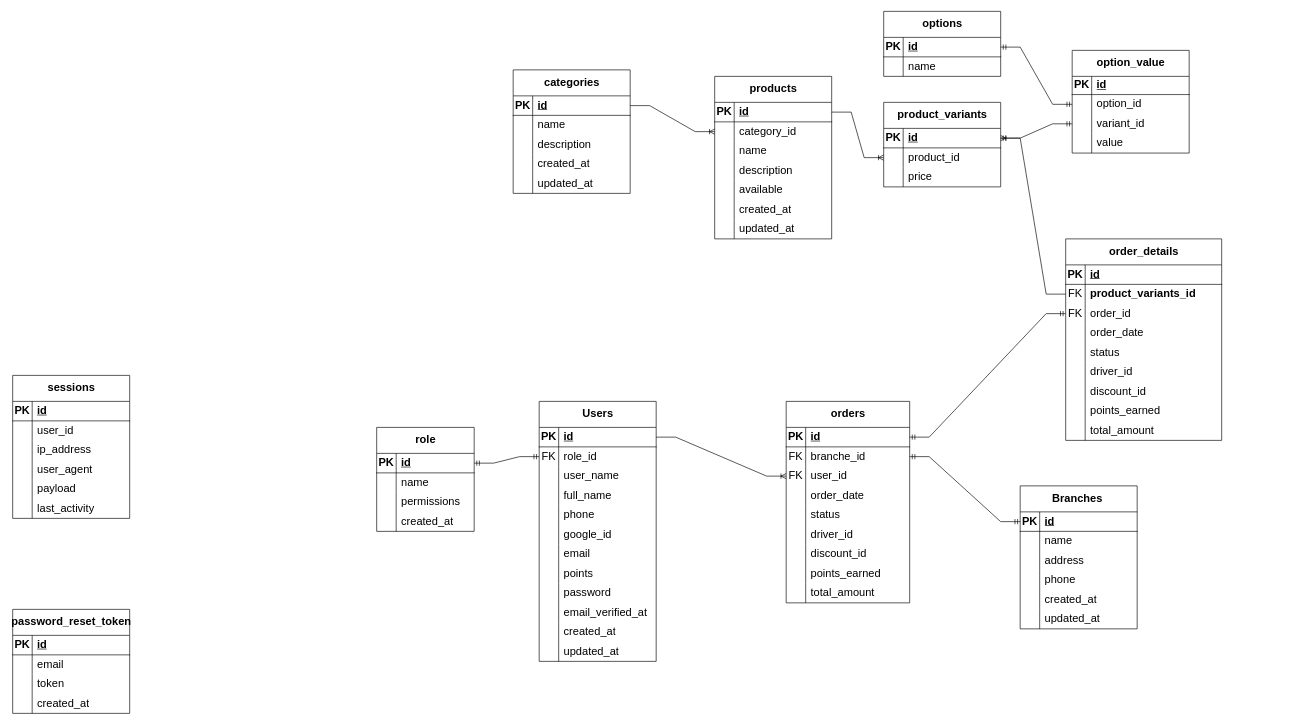
Before: database.drawio in ntuananhdevs/DATN-DevFoods, a draw.io diagram. Source tidied: cells renumbered, new cells numbered last; positions are measured from the earlier drawing's top-left corner, leaving out a move shared by most shapes. Both pictures are drawn from the tidied source at 65%, with x=0, y=0 at pixel (12, 11).
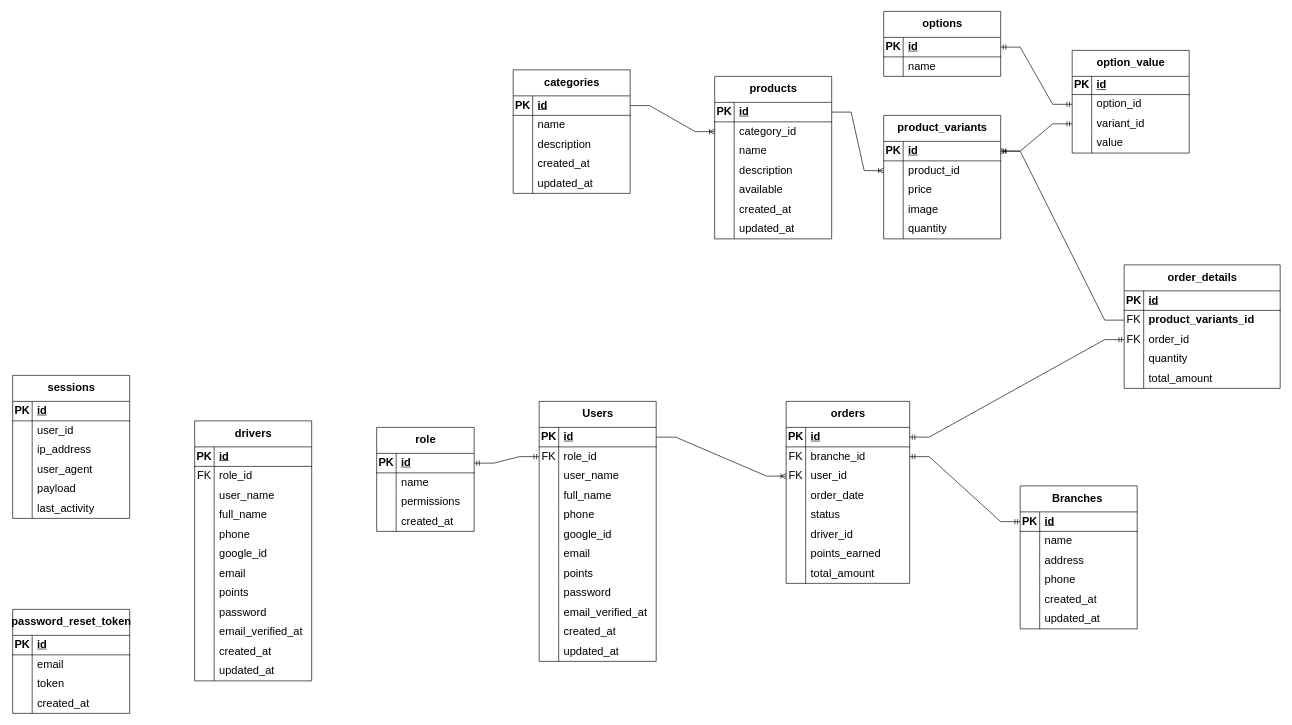
The same page after the edit.

Commit message:
Cập nhật database.drawio

Unchanged cells that the change refers to:
```xml
<mxCell id="130" style="shape=tableRow;horizontal=0;startSize=0;swimlaneHead=0;swimlaneBody=0;fillColor=none;top=0;left=0;right=0;bottom=0;fontSize=17;" parent="120" vertex="1">
  <mxGeometry y="130" width="240" height="30" as="geometry" />
</mxCell>
```

Diff of the diagram source:
```diff
@@
     <mxCell id="90" value="orders" style="shape=table;startSize=40;childLayout=tableLayout;rowLines=0;fontStyle=1;align=center;html=1;fontSize=17;" parent="1" vertex="1">
-      <mxGeometry x="1190" y="600" width="190" height="310" as="geometry" />
+      <mxGeometry x="1190" y="600" width="190" height="280" as="geometry" />
     </mxCell>
@@
-    <mxCell id="109" style="shape=tableRow;horizontal=0;startSize=0;swimlaneHead=0;swimlaneBody=0;fillColor=none;top=0;left=0;right=0;bottom=0;fontSize=17;" parent="90" vertex="1">
-      <mxGeometry y="220" width="190" height="30" as="geometry" />
-    </mxCell>
-    <mxCell id="110" style="shape=partialRectangle;fillColor=none;top=0;left=0;bottom=0;right=0;overflow=hidden;whiteSpace=wrap;html=1;fontSize=17;" parent="109" vertex="1">
-      <mxGeometry width="30" height="30" as="geometry" />
-    </mxCell>
-    <mxCell id="111" value="&lt;div&gt;discount_id&amp;nbsp;&lt;/div&gt;" style="shape=partialRectangle;fillColor=none;top=0;left=0;bottom=0;right=0;align=left;spacingLeft=6;overflow=hidden;whiteSpace=wrap;html=1;fontSize=17;" parent="109" vertex="1">
-      <mxGeometry x="30" width="160" height="30" as="geometry" />
-    </mxCell>
     <mxCell id="112" style="shape=tableRow;horizontal=0;startSize=0;swimlaneHead=0;swimlaneBody=0;fillColor=none;top=0;left=0;right=0;bottom=0;fontSize=17;" parent="90" vertex="1">
-      <mxGeometry y="250" width="190" height="30" as="geometry" />
+      <mxGeometry y="220" width="190" height="30" as="geometry" />
     </mxCell>
@@
     <mxCell id="115" style="shape=tableRow;horizontal=0;startSize=0;swimlaneHead=0;swimlaneBody=0;fillColor=none;top=0;left=0;right=0;bottom=0;fontSize=17;" parent="90" vertex="1">
-      <mxGeometry y="280" width="190" height="30" as="geometry" />
+      <mxGeometry y="250" width="190" height="30" as="geometry" />
     </mxCell>
@@
     <mxCell id="120" value="order_details" style="shape=table;startSize=40;childLayout=tableLayout;rowLines=0;fontStyle=1;align=center;html=1;fontSize=17;" parent="1" vertex="1">
-      <mxGeometry x="1620" y="350" width="240" height="310" as="geometry" />
+      <mxGeometry x="1710" y="390" width="240" height="190" as="geometry" />
     </mxCell>
@@
-    <mxCell id="131" style="shape=partialRectangle;fillColor=none;top=0;left=0;bottom=0;right=0;overflow=hidden;whiteSpace=wrap;html=1;fontSize=17;" parent="130" vertex="1">
-      <mxGeometry width="30" height="30" as="geometry" />
-    </mxCell>
-    <mxCell id="132" value="order_date" style="shape=partialRectangle;fillColor=none;top=0;left=0;bottom=0;right=0;align=left;spacingLeft=6;overflow=hidden;whiteSpace=wrap;html=1;fontSize=17;" parent="130" vertex="1">
-      <mxGeometry x="30" width="210" height="30" as="geometry" />
-    </mxCell>
-    <mxCell id="133" style="shape=tableRow;horizontal=0;startSize=0;swimlaneHead=0;swimlaneBody=0;fillColor=none;top=0;left=0;right=0;bottom=0;fontSize=17;" parent="120" vertex="1">
-      <mxGeometry y="160" width="240" height="30" as="geometry" />
-    </mxCell>
-    <mxCell id="134" style="shape=partialRectangle;fillColor=none;top=0;left=0;bottom=0;right=0;overflow=hidden;whiteSpace=wrap;html=1;fontSize=17;" parent="133" vertex="1">
-      <mxGeometry width="30" height="30" as="geometry" />
-    </mxCell>
-    <mxCell id="135" value="status" style="shape=partialRectangle;fillColor=none;top=0;left=0;bottom=0;right=0;align=left;spacingLeft=6;overflow=hidden;whiteSpace=wrap;html=1;fontSize=17;" parent="133" vertex="1">
-      <mxGeometry x="30" width="210" height="30" as="geometry" />
-    </mxCell>
-    <mxCell id="136" style="shape=tableRow;horizontal=0;startSize=0;swimlaneHead=0;swimlaneBody=0;fillColor=none;top=0;left=0;right=0;bottom=0;fontSize=17;" parent="120" vertex="1">
-      <mxGeometry y="190" width="240" height="30" as="geometry" />
-    </mxCell>
-    <mxCell id="137" style="shape=partialRectangle;fillColor=none;top=0;left=0;bottom=0;right=0;overflow=hidden;whiteSpace=wrap;html=1;fontSize=17;" parent="136" vertex="1">
-      <mxGeometry width="30" height="30" as="geometry" />
-    </mxCell>
-    <mxCell id="138" value="&lt;div&gt;driver_id&amp;nbsp;&lt;/div&gt;" style="shape=partialRectangle;fillColor=none;top=0;left=0;bottom=0;right=0;align=left;spacingLeft=6;overflow=hidden;whiteSpace=wrap;html=1;fontSize=17;" parent="136" vertex="1">
-      <mxGeometry x="30" width="210" height="30" as="geometry" />
-    </mxCell>
-    <mxCell id="139" style="shape=tableRow;horizontal=0;startSize=0;swimlaneHead=0;swimlaneBody=0;fillColor=none;top=0;left=0;right=0;bottom=0;fontSize=17;" parent="120" vertex="1">
-      <mxGeometry y="220" width="240" height="30" as="geometry" />
-    </mxCell>
-    <mxCell id="140" style="shape=partialRectangle;fillColor=none;top=0;left=0;bottom=0;right=0;overflow=hidden;whiteSpace=wrap;html=1;fontSize=17;" parent="139" vertex="1">
-      <mxGeometry width="30" height="30" as="geometry" />
-    </mxCell>
-    <mxCell id="141" value="&lt;div&gt;discount_id&amp;nbsp;&lt;/div&gt;" style="shape=partialRectangle;fillColor=none;top=0;left=0;bottom=0;right=0;align=left;spacingLeft=6;overflow=hidden;whiteSpace=wrap;html=1;fontSize=17;" parent="139" vertex="1">
-      <mxGeometry x="30" width="210" height="30" as="geometry" />
-    </mxCell>
-    <mxCell id="142" style="shape=tableRow;horizontal=0;startSize=0;swimlaneHead=0;swimlaneBody=0;fillColor=none;top=0;left=0;right=0;bottom=0;fontSize=17;" parent="120" vertex="1">
-      <mxGeometry y="250" width="240" height="30" as="geometry" />
-    </mxCell>
-    <mxCell id="143" style="shape=partialRectangle;fillColor=none;top=0;left=0;bottom=0;right=0;overflow=hidden;whiteSpace=wrap;html=1;fontSize=17;" parent="142" vertex="1">
-      <mxGeometry width="30" height="30" as="geometry" />
-    </mxCell>
-    <mxCell id="144" value="&lt;div&gt;points_earned&amp;nbsp;&lt;/div&gt;" style="shape=partialRectangle;fillColor=none;top=0;left=0;bottom=0;right=0;align=left;spacingLeft=6;overflow=hidden;whiteSpace=wrap;html=1;fontSize=17;" parent="142" vertex="1">
-      <mxGeometry x="30" width="210" height="30" as="geometry" />
-    </mxCell>
+    <mxCell id="236" style="shape=partialRectangle;fillColor=none;top=0;left=0;bottom=0;right=0;overflow=hidden;whiteSpace=wrap;html=1;fontSize=17;" parent="130" vertex="1">
+      <mxGeometry width="30" height="30" as="geometry" />
+    </mxCell>
+    <mxCell id="237" value="quantity&amp;nbsp;" style="shape=partialRectangle;fillColor=none;top=0;left=0;bottom=0;right=0;align=left;spacingLeft=6;overflow=hidden;whiteSpace=wrap;html=1;fontSize=17;" parent="130" vertex="1">
+      <mxGeometry x="30" width="210" height="30" as="geometry" />
+    </mxCell>
     <mxCell id="145" style="shape=tableRow;horizontal=0;startSize=0;swimlaneHead=0;swimlaneBody=0;fillColor=none;top=0;left=0;right=0;bottom=0;fontSize=17;" parent="120" vertex="1">
-      <mxGeometry y="280" width="240" height="30" as="geometry" />
+      <mxGeometry y="160" width="240" height="30" as="geometry" />
     </mxCell>
@@
     <mxCell id="222" value="product_variants" style="shape=table;startSize=40;childLayout=tableLayout;rowLines=0;fontStyle=1;align=center;html=1;fontSize=17;" parent="1" vertex="1">
-      <mxGeometry x="1340" y="140" width="180" height="130" as="geometry" />
+      <mxGeometry x="1340" y="160" width="180" height="190" as="geometry" />
     </mxCell>
@@
+    <mxCell id="238" style="shape=tableRow;horizontal=0;startSize=0;swimlaneHead=0;swimlaneBody=0;fillColor=none;top=0;left=0;right=0;bottom=0;labelBackgroundColor=none;fontColor=#000000;fontSize=17;" parent="222" vertex="1">
+      <mxGeometry y="130" width="180" height="30" as="geometry" />
+    </mxCell>
+    <mxCell id="239" style="shape=partialRectangle;fillColor=none;top=0;left=0;bottom=0;right=0;overflow=hidden;whiteSpace=wrap;html=1;labelBackgroundColor=none;fontColor=#000000;fontSize=17;" parent="238" vertex="1">
+      <mxGeometry width="30" height="30" as="geometry" />
+    </mxCell>
+    <mxCell id="240" value="image" style="shape=partialRectangle;fillColor=none;top=0;left=0;bottom=0;right=0;align=left;spacingLeft=6;overflow=hidden;whiteSpace=wrap;html=1;labelBackgroundColor=none;fontColor=#000000;fontSize=17;" parent="238" vertex="1">
+      <mxGeometry x="30" width="150" height="30" as="geometry" />
+    </mxCell>
+    <mxCell id="241" style="shape=tableRow;horizontal=0;startSize=0;swimlaneHead=0;swimlaneBody=0;fillColor=none;top=0;left=0;right=0;bottom=0;labelBackgroundColor=none;fontColor=#000000;fontSize=17;" parent="222" vertex="1">
+      <mxGeometry y="160" width="180" height="30" as="geometry" />
+    </mxCell>
+    <mxCell id="242" style="shape=partialRectangle;fillColor=none;top=0;left=0;bottom=0;right=0;overflow=hidden;whiteSpace=wrap;html=1;labelBackgroundColor=none;fontColor=#000000;fontSize=17;" parent="241" vertex="1">
+      <mxGeometry width="30" height="30" as="geometry" />
+    </mxCell>
+    <mxCell id="243" value="quantity&amp;nbsp;" style="shape=partialRectangle;fillColor=none;top=0;left=0;bottom=0;right=0;align=left;spacingLeft=6;overflow=hidden;whiteSpace=wrap;html=1;labelBackgroundColor=none;fontColor=#000000;fontSize=17;" parent="241" vertex="1">
+      <mxGeometry x="30" width="150" height="30" as="geometry" />
+    </mxCell>
@@
+    <mxCell id="244" value="drivers" style="shape=table;startSize=40;childLayout=tableLayout;rowLines=0;fontStyle=1;align=center;html=1;fontSize=17;" parent="1" vertex="1">
+      <mxGeometry x="280" y="630" width="180" height="400" as="geometry" />
+    </mxCell>
+    <mxCell id="245" style="shape=tableRow;horizontal=0;startSize=0;swimlaneHead=0;swimlaneBody=0;fillColor=none;top=0;left=0;right=0;bottom=1;fontSize=17;" parent="244" vertex="1">
+      <mxGeometry y="40" width="180" height="30" as="geometry" />
+    </mxCell>
+    <mxCell id="246" value="PK" style="shape=partialRectangle;fillColor=none;top=0;left=0;bottom=0;right=0;fontStyle=1;overflow=hidden;whiteSpace=wrap;html=1;fontSize=17;" parent="245" vertex="1">
+      <mxGeometry width="30" height="30" as="geometry" />
+    </mxCell>
+    <mxCell id="247" value="id" style="shape=partialRectangle;fillColor=none;top=0;left=0;bottom=0;right=0;align=left;spacingLeft=6;fontStyle=5;overflow=hidden;whiteSpace=wrap;html=1;fontSize=17;" parent="245" vertex="1">
+      <mxGeometry x="30" width="150" height="30" as="geometry" />
+    </mxCell>
+    <mxCell id="248" style="shape=tableRow;horizontal=0;startSize=0;swimlaneHead=0;swimlaneBody=0;fillColor=none;top=0;left=0;right=0;bottom=0;fontSize=17;" parent="244" vertex="1">
+      <mxGeometry y="70" width="180" height="30" as="geometry" />
+    </mxCell>
+    <mxCell id="249" value="FK" style="shape=partialRectangle;fillColor=none;top=0;left=0;bottom=0;right=0;overflow=hidden;whiteSpace=wrap;html=1;fontSize=17;" parent="248" vertex="1">
+      <mxGeometry width="30" height="30" as="geometry" />
+    </mxCell>
+    <mxCell id="250" value="role_id" style="shape=partialRectangle;fillColor=none;top=0;left=0;bottom=0;right=0;align=left;spacingLeft=6;overflow=hidden;whiteSpace=wrap;html=1;fontSize=17;" parent="248" vertex="1">
+      <mxGeometry x="30" width="150" height="30" as="geometry" />
+    </mxCell>
+    <mxCell id="251" style="shape=tableRow;horizontal=0;startSize=0;swimlaneHead=0;swimlaneBody=0;fillColor=none;top=0;left=0;right=0;bottom=0;fontSize=17;" parent="244" vertex="1">
+      <mxGeometry y="100" width="180" height="30" as="geometry" />
+    </mxCell>
+    <mxCell id="252" style="shape=partialRectangle;fillColor=none;top=0;left=0;bottom=0;right=0;overflow=hidden;whiteSpace=wrap;html=1;fontSize=17;" parent="251" vertex="1">
+      <mxGeometry width="30" height="30" as="geometry" />
+    </mxCell>
+    <mxCell id="253" value="user_name" style="shape=partialRectangle;fillColor=none;top=0;left=0;bottom=0;right=0;align=left;spacingLeft=6;overflow=hidden;whiteSpace=wrap;html=1;fontSize=17;" parent="251" vertex="1">
+      <mxGeometry x="30" width="150" height="30" as="geometry" />
+    </mxCell>
+    <mxCell id="254" style="shape=tableRow;horizontal=0;startSize=0;swimlaneHead=0;swimlaneBody=0;fillColor=none;top=0;left=0;right=0;bottom=0;fontSize=17;" parent="244" vertex="1">
+      <mxGeometry y="130" width="180" height="30" as="geometry" />
+    </mxCell>
+    <mxCell id="255" style="shape=partialRectangle;fillColor=none;top=0;left=0;bottom=0;right=0;overflow=hidden;whiteSpace=wrap;html=1;fontSize=17;" parent="254" vertex="1">
+      <mxGeometry width="30" height="30" as="geometry" />
+    </mxCell>
+    <mxCell id="256" value="full_name" style="shape=partialRectangle;fillColor=none;top=0;left=0;bottom=0;right=0;align=left;spacingLeft=6;overflow=hidden;whiteSpace=wrap;html=1;fontSize=17;" parent="254" vertex="1">
+      <mxGeometry x="30" width="150" height="30" as="geometry" />
+    </mxCell>
+    <mxCell id="257" style="shape=tableRow;horizontal=0;startSize=0;swimlaneHead=0;swimlaneBody=0;fillColor=none;top=0;left=0;right=0;bottom=0;fontSize=17;" parent="244" vertex="1">
+      <mxGeometry y="160" width="180" height="30" as="geometry" />
+    </mxCell>
+    <mxCell id="258" style="shape=partialRectangle;fillColor=none;top=0;left=0;bottom=0;right=0;overflow=hidden;whiteSpace=wrap;html=1;fontSize=17;" parent="257" vertex="1">
+      <mxGeometry width="30" height="30" as="geometry" />
+    </mxCell>
+    <mxCell id="259" value="phone" style="shape=partialRectangle;fillColor=none;top=0;left=0;bottom=0;right=0;align=left;spacingLeft=6;overflow=hidden;whiteSpace=wrap;html=1;fontSize=17;" parent="257" vertex="1">
+      <mxGeometry x="30" width="150" height="30" as="geometry" />
+    </mxCell>
+    <mxCell id="260" style="shape=tableRow;horizontal=0;startSize=0;swimlaneHead=0;swimlaneBody=0;fillColor=none;top=0;left=0;right=0;bottom=0;fontSize=17;" parent="244" vertex="1">
+      <mxGeometry y="190" width="180" height="30" as="geometry" />
+    </mxCell>
+    <mxCell id="261" style="shape=partialRectangle;fillColor=none;top=0;left=0;bottom=0;right=0;overflow=hidden;whiteSpace=wrap;html=1;fontSize=17;" parent="260" vertex="1">
+      <mxGeometry width="30" height="30" as="geometry" />
+    </mxCell>
+    <mxCell id="262" value="google_id" style="shape=partialRectangle;fillColor=none;top=0;left=0;bottom=0;right=0;align=left;spacingLeft=6;overflow=hidden;whiteSpace=wrap;html=1;fontSize=17;" parent="260" vertex="1">
+      <mxGeometry x="30" width="150" height="30" as="geometry" />
+    </mxCell>
+    <mxCell id="263" style="shape=tableRow;horizontal=0;startSize=0;swimlaneHead=0;swimlaneBody=0;fillColor=none;top=0;left=0;right=0;bottom=0;fontSize=17;" parent="244" vertex="1">
+      <mxGeometry y="220" width="180" height="30" as="geometry" />
+    </mxCell>
+    <mxCell id="264" style="shape=partialRectangle;fillColor=none;top=0;left=0;bottom=0;right=0;overflow=hidden;whiteSpace=wrap;html=1;fontSize=17;" parent="263" vertex="1">
+      <mxGeometry width="30" height="30" as="geometry" />
+    </mxCell>
+    <mxCell id="265" value="email" style="shape=partialRectangle;fillColor=none;top=0;left=0;bottom=0;right=0;align=left;spacingLeft=6;overflow=hidden;whiteSpace=wrap;html=1;fontSize=17;" parent="263" vertex="1">
+      <mxGeometry x="30" width="150" height="30" as="geometry" />
+    </mxCell>
+    <mxCell id="266" style="shape=tableRow;horizontal=0;startSize=0;swimlaneHead=0;swimlaneBody=0;fillColor=none;top=0;left=0;right=0;bottom=0;fontSize=17;" parent="244" vertex="1">
+      <mxGeometry y="250" width="180" height="30" as="geometry" />
+    </mxCell>
+    <mxCell id="267" style="shape=partialRectangle;fillColor=none;top=0;left=0;bottom=0;right=0;overflow=hidden;whiteSpace=wrap;html=1;fontSize=17;" parent="266" vertex="1">
+      <mxGeometry width="30" height="30" as="geometry" />
+    </mxCell>
+    <mxCell id="268" value="points" style="shape=partialRectangle;fillColor=none;top=0;left=0;bottom=0;right=0;align=left;spacingLeft=6;overflow=hidden;whiteSpace=wrap;html=1;fontSize=17;" parent="266" vertex="1">
+      <mxGeometry x="30" width="150" height="30" as="geometry" />
+    </mxCell>
+    <mxCell id="269" style="shape=tableRow;horizontal=0;startSize=0;swimlaneHead=0;swimlaneBody=0;fillColor=none;top=0;left=0;right=0;bottom=0;fontSize=17;" parent="244" vertex="1">
+      <mxGeometry y="280" width="180" height="30" as="geometry" />
+    </mxCell>
+    <mxCell id="270" style="shape=partialRectangle;fillColor=none;top=0;left=0;bottom=0;right=0;overflow=hidden;whiteSpace=wrap;html=1;fontSize=17;" parent="269" vertex="1">
+      <mxGeometry width="30" height="30" as="geometry" />
+    </mxCell>
+    <mxCell id="271" value="password" style="shape=partialRectangle;fillColor=none;top=0;left=0;bottom=0;right=0;align=left;spacingLeft=6;overflow=hidden;whiteSpace=wrap;html=1;fontSize=17;" parent="269" vertex="1">
+      <mxGeometry x="30" width="150" height="30" as="geometry" />
+    </mxCell>
+    <mxCell id="272" style="shape=tableRow;horizontal=0;startSize=0;swimlaneHead=0;swimlaneBody=0;fillColor=none;top=0;left=0;right=0;bottom=0;fontSize=17;" parent="244" vertex="1">
+      <mxGeometry y="310" width="180" height="30" as="geometry" />
+    </mxCell>
+    <mxCell id="273" style="shape=partialRectangle;fillColor=none;top=0;left=0;bottom=0;right=0;overflow=hidden;whiteSpace=wrap;html=1;fontSize=17;" parent="272" vertex="1">
+      <mxGeometry width="30" height="30" as="geometry" />
+    </mxCell>
+    <mxCell id="274" value="email_verified_at" style="shape=partialRectangle;fillColor=none;top=0;left=0;bottom=0;right=0;align=left;spacingLeft=6;overflow=hidden;whiteSpace=wrap;html=1;fontSize=17;" parent="272" vertex="1">
+      <mxGeometry x="30" width="150" height="30" as="geometry" />
+    </mxCell>
+    <mxCell id="275" style="shape=tableRow;horizontal=0;startSize=0;swimlaneHead=0;swimlaneBody=0;fillColor=none;top=0;left=0;right=0;bottom=0;fontSize=17;" parent="244" vertex="1">
+      <mxGeometry y="340" width="180" height="30" as="geometry" />
+    </mxCell>
+    <mxCell id="276" style="shape=partialRectangle;fillColor=none;top=0;left=0;bottom=0;right=0;overflow=hidden;whiteSpace=wrap;html=1;fontSize=17;" parent="275" vertex="1">
+      <mxGeometry width="30" height="30" as="geometry" />
+    </mxCell>
+    <mxCell id="277" value="created_at" style="shape=partialRectangle;fillColor=none;top=0;left=0;bottom=0;right=0;align=left;spacingLeft=6;overflow=hidden;whiteSpace=wrap;html=1;fontSize=17;" parent="275" vertex="1">
+      <mxGeometry x="30" width="150" height="30" as="geometry" />
+    </mxCell>
+    <mxCell id="278" style="shape=tableRow;horizontal=0;startSize=0;swimlaneHead=0;swimlaneBody=0;fillColor=none;top=0;left=0;right=0;bottom=0;fontSize=17;" parent="244" vertex="1">
+      <mxGeometry y="370" width="180" height="30" as="geometry" />
+    </mxCell>
+    <mxCell id="279" style="shape=partialRectangle;fillColor=none;top=0;left=0;bottom=0;right=0;overflow=hidden;whiteSpace=wrap;html=1;fontSize=17;" parent="278" vertex="1">
+      <mxGeometry width="30" height="30" as="geometry" />
+    </mxCell>
+    <mxCell id="280" value="updated_at" style="shape=partialRectangle;fillColor=none;top=0;left=0;bottom=0;right=0;align=left;spacingLeft=6;overflow=hidden;whiteSpace=wrap;html=1;fontSize=17;" parent="278" vertex="1">
+      <mxGeometry x="30" width="150" height="30" as="geometry" />
+    </mxCell>
```
